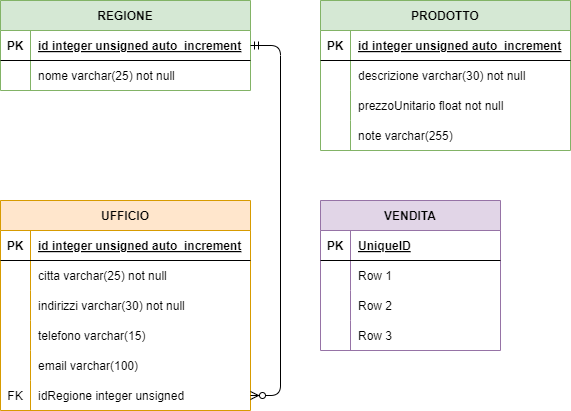
The draw.io diagram AS_2024_2025/5A-Informatica/cs02pag188/1.0/docs/er.drawio.png in CescoP81/GalileiOstiglia, before a commit. Source tidied: cells renumbered, new cells last; positions are measured from the earlier drawing's top-left corner, leaving out a move shared by most shapes.
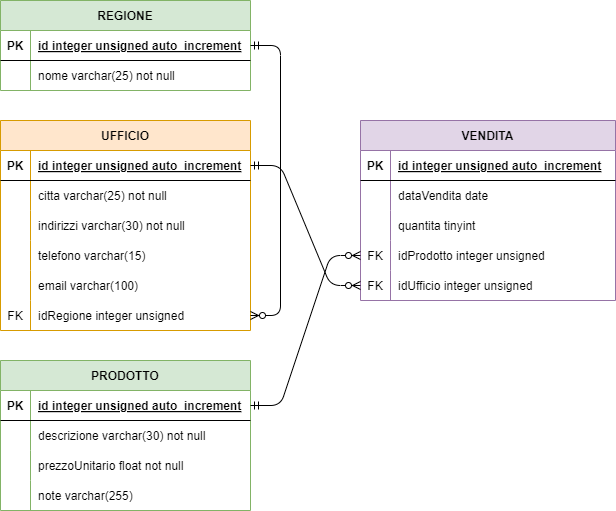
Later version of the same file.

What changed in the source:
```diff
@@ -24,7 +24,7 @@
       <mxGeometry x="30" width="220" height="30" as="geometry" />
     </mxCell>
     <mxCell id="9" value="UFFICIO" style="shape=table;startSize=30;rowLines=0;fontStyle=1;align=center;fillColor=#ffe6cc;strokeColor=#d79b00;" parent="1" vertex="1">
-      <mxGeometry y="200" width="250" height="210" as="geometry" />
+      <mxGeometry y="120" width="250" height="210" as="geometry" />
     </mxCell>
     <mxCell id="10" style="shape=tableRow;horizontal=0;startSize=0;swimlaneHead=0;swimlaneBody=0;fillColor=none;points=[[0,0.5],[1,0.5]];portConstraint=eastwest;top=0;left=0;right=0;bottom=1;" parent="9" vertex="1">
       <mxGeometry y="30" width="250" height="30" as="geometry" />
@@ -81,7 +81,7 @@
       <mxGeometry x="30" width="220" height="30" as="geometry" />
     </mxCell>
     <mxCell id="28" value="PRODOTTO" style="shape=table;startSize=30;rowLines=0;fontStyle=1;align=center;fillColor=#d5e8d4;strokeColor=#82b366;" parent="1" vertex="1">
-      <mxGeometry x="320" width="250" height="150" as="geometry" />
+      <mxGeometry y="360" width="250" height="150" as="geometry" />
     </mxCell>
     <mxCell id="29" style="shape=tableRow;horizontal=0;startSize=0;swimlaneHead=0;swimlaneBody=0;fillColor=none;points=[[0,0.5],[1,0.5]];portConstraint=eastwest;top=0;left=0;right=0;bottom=1;" parent="28" vertex="1">
       <mxGeometry y="30" width="250" height="30" as="geometry" />
@@ -120,46 +120,61 @@
       <mxGeometry x="30" width="220" height="30" as="geometry" />
     </mxCell>
     <mxCell id="41" value="VENDITA" style="shape=table;startSize=30;rowLines=0;fontStyle=1;align=center;fillColor=#e1d5e7;strokeColor=#9673a6;" parent="1" vertex="1">
-      <mxGeometry x="320" y="200" width="180" height="150" as="geometry" />
+      <mxGeometry x="360" y="120" width="255" height="180" as="geometry" />
     </mxCell>
     <mxCell id="42" style="shape=tableRow;horizontal=0;startSize=0;swimlaneHead=0;swimlaneBody=0;fillColor=none;top=0;left=0;right=0;bottom=1;" parent="41" vertex="1">
-      <mxGeometry y="30" width="180" height="30" as="geometry" />
+      <mxGeometry y="30" width="255" height="30" as="geometry" />
     </mxCell>
     <mxCell id="43" value="PK" style="shape=partialRectangle;fillColor=none;top=0;left=0;bottom=0;right=0;fontStyle=1;overflow=hidden;" parent="42" vertex="1">
       <mxGeometry width="30" height="30" as="geometry" />
     </mxCell>
-    <mxCell id="44" value="UniqueID" style="shape=partialRectangle;fillColor=none;top=0;left=0;bottom=0;right=0;align=left;spacingLeft=6;fontStyle=5;overflow=hidden;" parent="42" vertex="1">
-      <mxGeometry x="30" width="150" height="30" as="geometry" />
+    <mxCell id="44" value="id integer unsigned auto_increment" style="shape=partialRectangle;fillColor=none;top=0;left=0;bottom=0;right=0;align=left;spacingLeft=6;fontStyle=5;overflow=hidden;" parent="42" vertex="1">
+      <mxGeometry x="30" width="225" height="30" as="geometry" />
     </mxCell>
     <mxCell id="45" style="shape=tableRow;horizontal=0;startSize=0;swimlaneHead=0;swimlaneBody=0;fillColor=none;top=0;left=0;right=0;bottom=0;" parent="41" vertex="1">
-      <mxGeometry y="60" width="180" height="30" as="geometry" />
+      <mxGeometry y="60" width="255" height="30" as="geometry" />
     </mxCell>
     <mxCell id="46" style="shape=partialRectangle;fillColor=none;top=0;left=0;bottom=0;right=0;overflow=hidden;" parent="45" vertex="1">
       <mxGeometry width="30" height="30" as="geometry" />
     </mxCell>
-    <mxCell id="47" value="Row 1" style="shape=partialRectangle;fillColor=none;top=0;left=0;bottom=0;right=0;align=left;spacingLeft=6;overflow=hidden;" parent="45" vertex="1">
-      <mxGeometry x="30" width="150" height="30" as="geometry" />
+    <mxCell id="47" value="dataVendita date" style="shape=partialRectangle;fillColor=none;top=0;left=0;bottom=0;right=0;align=left;spacingLeft=6;overflow=hidden;" parent="45" vertex="1">
+      <mxGeometry x="30" width="225" height="30" as="geometry" />
     </mxCell>
     <mxCell id="48" style="shape=tableRow;horizontal=0;startSize=0;swimlaneHead=0;swimlaneBody=0;fillColor=none;top=0;left=0;right=0;bottom=0;" parent="41" vertex="1">
-      <mxGeometry y="90" width="180" height="30" as="geometry" />
+      <mxGeometry y="90" width="255" height="30" as="geometry" />
     </mxCell>
     <mxCell id="49" style="shape=partialRectangle;fillColor=none;top=0;left=0;bottom=0;right=0;overflow=hidden;" parent="48" vertex="1">
       <mxGeometry width="30" height="30" as="geometry" />
     </mxCell>
-    <mxCell id="50" value="Row 2" style="shape=partialRectangle;fillColor=none;top=0;left=0;bottom=0;right=0;align=left;spacingLeft=6;overflow=hidden;" parent="48" vertex="1">
-      <mxGeometry x="30" width="150" height="30" as="geometry" />
+    <mxCell id="50" value="quantita tinyint" style="shape=partialRectangle;fillColor=none;top=0;left=0;bottom=0;right=0;align=left;spacingLeft=6;overflow=hidden;" parent="48" vertex="1">
+      <mxGeometry x="30" width="225" height="30" as="geometry" />
     </mxCell>
-    <mxCell id="51" style="shape=tableRow;horizontal=0;startSize=0;swimlaneHead=0;swimlaneBody=0;fillColor=none;top=0;left=0;right=0;bottom=0;" parent="41" vertex="1">
-      <mxGeometry y="120" width="180" height="30" as="geometry" />
-    </mxCell>
-    <mxCell id="52" style="shape=partialRectangle;fillColor=none;top=0;left=0;bottom=0;right=0;overflow=hidden;" parent="51" vertex="1">
-      <mxGeometry width="30" height="30" as="geometry" />
-    </mxCell>
-    <mxCell id="53" value="Row 3" style="shape=partialRectangle;fillColor=none;top=0;left=0;bottom=0;right=0;align=left;spacingLeft=6;overflow=hidden;" parent="51" vertex="1">
-      <mxGeometry x="30" width="150" height="30" as="geometry" />
-    </mxCell>
+    <mxCell id="55" style="shape=tableRow;horizontal=0;startSize=0;swimlaneHead=0;swimlaneBody=0;fillColor=none;points=[[0,0.5],[1,0.5]];portConstraint=eastwest;top=0;left=0;right=0;bottom=0;" parent="41" vertex="1">
+      <mxGeometry y="120" width="255" height="30" as="geometry" />
+    </mxCell>
+    <mxCell id="56" value="FK" style="shape=partialRectangle;fillColor=none;top=0;left=0;bottom=0;right=0;fontStyle=0;overflow=hidden;" parent="55" vertex="1">
+      <mxGeometry width="30" height="30" as="geometry" />
+    </mxCell>
+    <mxCell id="57" value="idProdotto integer unsigned" style="shape=partialRectangle;fillColor=none;top=0;left=0;bottom=0;right=0;align=left;spacingLeft=6;fontStyle=0;overflow=hidden;" parent="55" vertex="1">
+      <mxGeometry x="30" width="225" height="30" as="geometry" />
+    </mxCell>
+    <mxCell id="58" style="shape=tableRow;horizontal=0;startSize=0;swimlaneHead=0;swimlaneBody=0;fillColor=none;points=[[0,0.5],[1,0.5]];portConstraint=eastwest;top=0;left=0;right=0;bottom=0;" parent="41" vertex="1">
+      <mxGeometry y="150" width="255" height="30" as="geometry" />
+    </mxCell>
+    <mxCell id="59" value="FK" style="shape=partialRectangle;fillColor=none;top=0;left=0;bottom=0;right=0;fontStyle=0;overflow=hidden;" parent="58" vertex="1">
+      <mxGeometry width="30" height="30" as="geometry" />
+    </mxCell>
+    <mxCell id="60" value="idUfficio integer unsigned" style="shape=partialRectangle;fillColor=none;top=0;left=0;bottom=0;right=0;align=left;spacingLeft=6;fontStyle=0;overflow=hidden;" parent="58" vertex="1">
+      <mxGeometry x="30" width="225" height="30" as="geometry" />
+    </mxCell>
     <mxCell id="54" style="edgeStyle=entityRelationEdgeStyle;fontSize=12;html=1;endArrow=ERzeroToMany;startArrow=ERmandOne;exitX=1;exitY=0.5;exitDx=0;exitDy=0;entryX=1;entryY=0.5;entryDx=0;entryDy=0;" parent="1" edge="1" source="3" target="25">
       <mxGeometry relative="1" as="geometry" />
     </mxCell>
+    <mxCell id="61" style="edgeStyle=entityRelationEdgeStyle;fontSize=12;html=1;endArrow=ERzeroToMany;startArrow=ERmandOne;exitX=1;exitY=0.5;exitDx=0;exitDy=0;entryX=0;entryY=0.5;entryDx=0;entryDy=0;" parent="1" edge="1" source="10" target="58">
+      <mxGeometry relative="1" as="geometry" />
+    </mxCell>
+    <mxCell id="62" style="edgeStyle=entityRelationEdgeStyle;fontSize=12;html=1;endArrow=ERzeroToMany;startArrow=ERmandOne;exitX=1;exitY=0.5;exitDx=0;exitDy=0;entryX=0;entryY=0.5;entryDx=0;entryDy=0;" parent="1" edge="1" source="29" target="55">
+      <mxGeometry relative="1" as="geometry" />
+    </mxCell>
   </root>
 </mxGraphModel>
```
